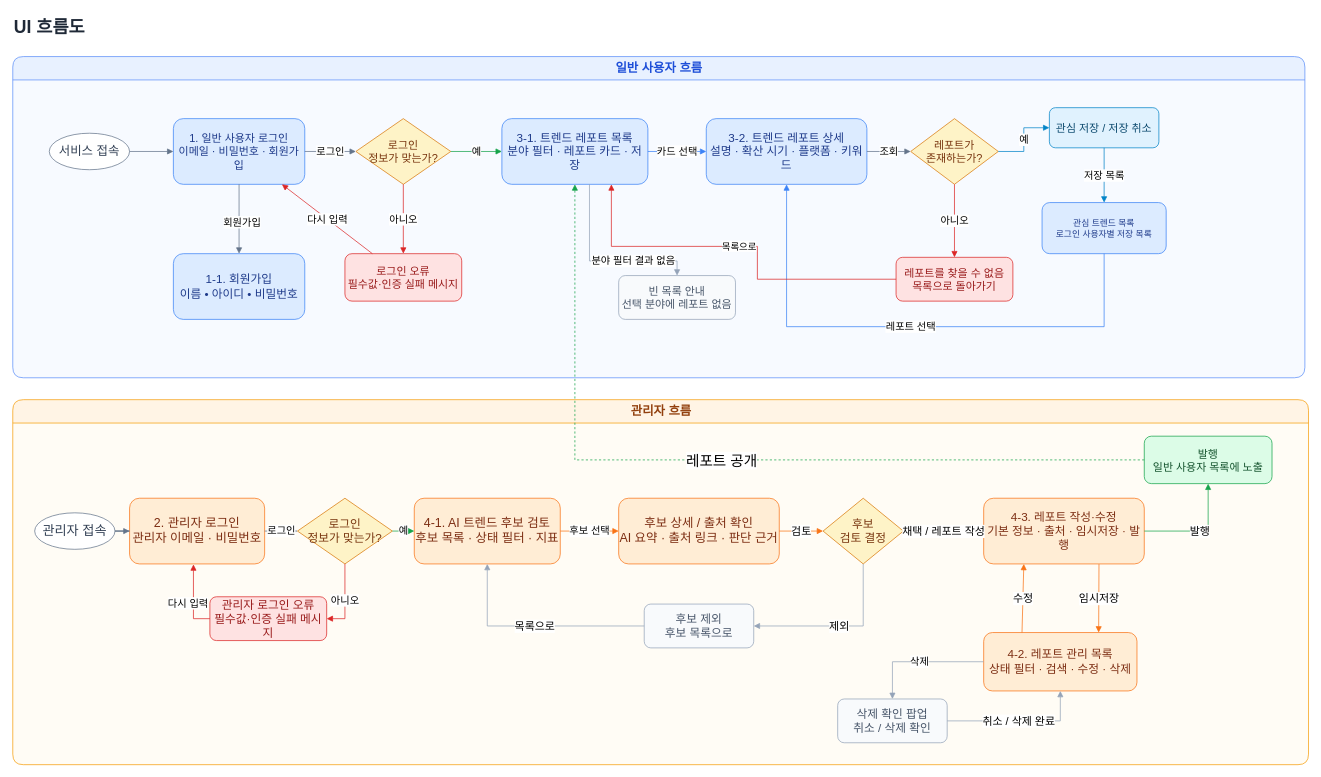
Smorgg/skala-web-service-mini keeps this draw.io diagram as page "페이지-2" (2 of 2) of docs/output/diagrams/jeonhacheoreom-ui-flow.drawio. Above is the earlier version. Source tidied: cells renumbered, new cells numbered last; positions are measured from the earlier drawing's top-left corner, leaving out a move shared by most shapes. Both pictures are drawn from the tidied source at 73%, with x=0, y=0 at pixel (12, 12).
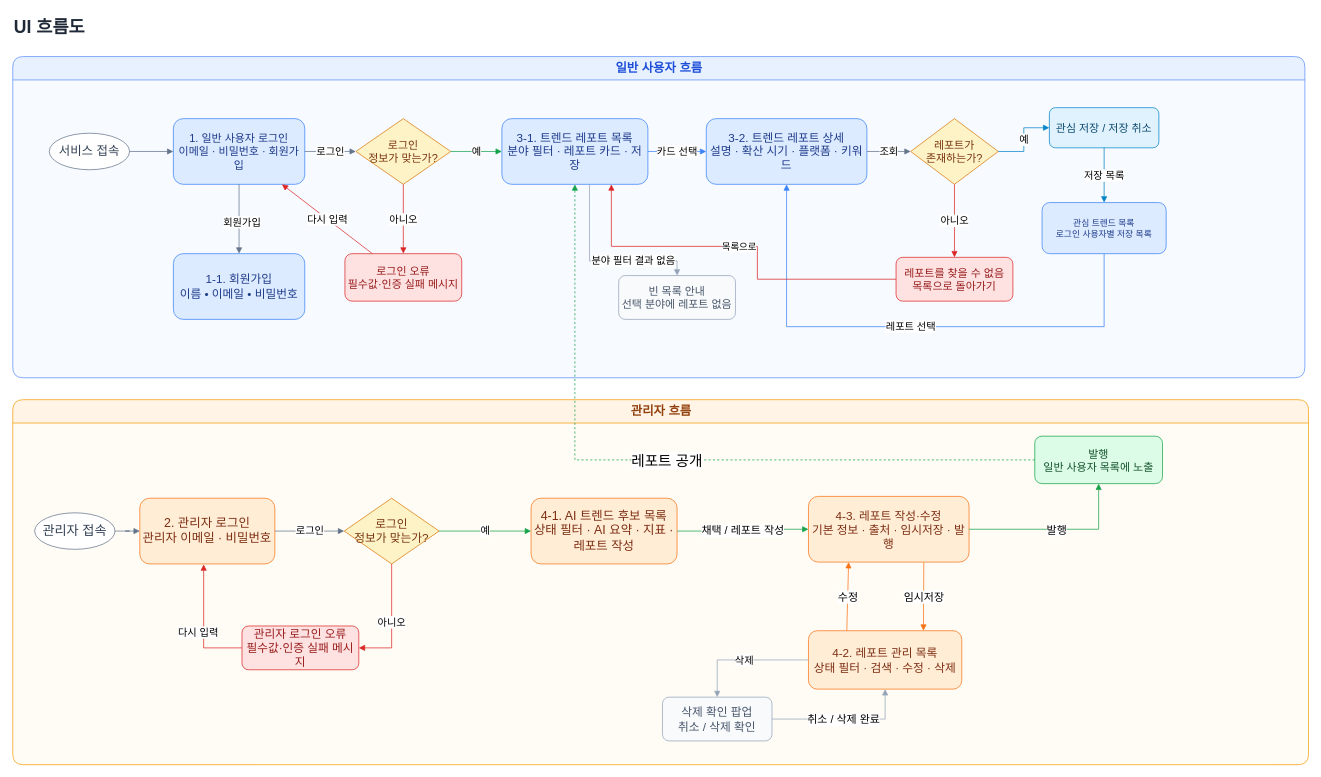
The same page after the edit.

Unchanged cells that the change refers to:
```xml
<mxCell id="3" value="일반 사용자 흐름" style="swimlane;html=1;startSize=32;horizontal=1;fontStyle=1;fontSize=17;fillColor=#E8F1FF;swimlaneFillColor=#F7FAFF;strokeColor=#5B8FF9;fontColor=#1D4ED8;rounded=1;" parent="1" vertex="1">
  <mxGeometry y="60" width="1770" height="440" as="geometry" />
</mxCell>
<mxCell id="7" value="관리자 흐름" style="swimlane;html=1;startSize=32;horizontal=1;fontStyle=1;fontSize=17;fillColor=#FFF4E5;swimlaneFillColor=#FFFCF5;strokeColor=#F59E0B;fontColor=#92400E;rounded=1;" parent="1" vertex="1">
  <mxGeometry y="530" width="1775" height="500" as="geometry" />
</mxCell>
```

The edit, as a diff of the source:
```diff
@@
-    <mxCell id="4" value="1-1. 회원가입&lt;div&gt;이름 • 아이디 • 비밀번호&lt;/div&gt;" style="rounded=1;html=1;whiteSpace=wrap;fillColor=#DCEBFF;strokeColor=#3B82F6;fontColor=#1E3A8A;fontSize=16;" parent="3" vertex="1">
+    <mxCell id="4" value="1-1. 회원가입&lt;div&gt;이름 • 이메일 • 비밀번호&lt;/div&gt;" style="rounded=1;html=1;whiteSpace=wrap;fillColor=#DCEBFF;strokeColor=#3B82F6;fontColor=#1E3A8A;fontSize=16;" parent="3" vertex="1">
       <mxGeometry x="220" y="270" width="180" height="90" as="geometry" />
     </mxCell>
@@
     <mxCell id="8" value="발행&#10;일반 사용자 목록에 노출" style="rounded=1;html=1;whiteSpace=wrap;fillColor=#DCFCE7;strokeColor=#16A34A;fontColor=#14532D;fontSize=15;" parent="7" vertex="1">
-      <mxGeometry x="1550" y="50" width="175" height="65" as="geometry" />
+      <mxGeometry x="1400" y="50" width="175" height="65" as="geometry" />
     </mxCell>
@@
     <mxCell id="10" value="2. 관리자 로그인&#10;관리자 이메일 · 비밀번호" style="rounded=1;html=1;whiteSpace=wrap;fillColor=#FFEDD5;strokeColor=#F97316;fontColor=#7C2D12;fontSize=17;" parent="7" vertex="1">
-      <mxGeometry x="160" y="135" width="185" height="90" as="geometry" />
+      <mxGeometry x="174" y="135" width="185" height="90" as="geometry" />
     </mxCell>
@@
     <mxCell id="12" value="관리자 로그인 오류&#10;필수값·인증 실패 메시지" style="rounded=1;html=1;whiteSpace=wrap;fillColor=#FEE2E2;strokeColor=#DC2626;fontColor=#991B1B;fontSize=16;" parent="7" vertex="1">
-      <mxGeometry x="270" y="270" width="160" height="60" as="geometry" />
+      <mxGeometry x="314" y="310" width="160" height="60" as="geometry" />
     </mxCell>
@@
     <mxCell id="14" value="로그인&#10;정보가 맞는가?" style="rhombus;html=1;whiteSpace=wrap;fillColor=#FEF3C7;strokeColor=#D97706;fontColor=#78350F;fontSize=16;" parent="7" vertex="1">
-      <mxGeometry x="390" y="135" width="130" height="90" as="geometry" />
+      <mxGeometry x="454" y="135" width="130" height="90" as="geometry" />
     </mxCell>
@@
-    <mxCell id="17" value="4-1. AI 트렌드 후보 검토&#10;후보 목록 · 상태 필터 · 지표" style="rounded=1;html=1;whiteSpace=wrap;fillColor=#FFEDD5;strokeColor=#F97316;fontColor=#7C2D12;fontSize=17;" parent="7" vertex="1">
-      <mxGeometry x="550" y="135" width="200" height="90" as="geometry" />
+    <mxCell id="17" value="4-1. AI 트렌드 후보 목록&#10;상태 필터 · AI 요약 · 지표 · 레포트 작성" style="rounded=1;html=1;whiteSpace=wrap;fillColor=#FFEDD5;strokeColor=#F97316;fontColor=#7C2D12;fontSize=17;" parent="7" vertex="1">
+      <mxGeometry x="710" y="135" width="200" height="90" as="geometry" />
     </mxCell>
@@
     <mxCell id="19" value="삭제 확인 팝업&#10;취소 / 삭제 확인" style="rounded=1;html=1;whiteSpace=wrap;fillColor=#F8FAFC;strokeColor=#94A3B8;fontColor=#475569;fontSize=16;" parent="7" vertex="1">
-      <mxGeometry x="1130" y="410" width="150" height="60" as="geometry" />
+      <mxGeometry x="890" y="407.5" width="150" height="60" as="geometry" />
     </mxCell>
-    <mxCell id="20" value="후보 제외&#10;후보 목록으로" style="rounded=1;html=1;whiteSpace=wrap;fillColor=#F8FAFC;strokeColor=#94A3B8;fontColor=#475569;fontSize=16;" parent="7" vertex="1">
-      <mxGeometry x="865" y="280" width="150" height="60" as="geometry" />
-    </mxCell>
-    <mxCell id="21" value="목록으로" style="edgeStyle=orthogonalEdgeStyle;rounded=0;jettySize=auto;html=1;endArrow=block;endFill=1;strokeColor=#94A3B8;fontSize=15;" parent="7" edge="1" source="20" target="17">
-      <mxGeometry relative="1" as="geometry" />
-    </mxCell>
     <mxCell id="22" value="4-2. 레포트 관리 목록&#10;상태 필터 · 검색 · 수정 · 삭제" style="rounded=1;html=1;whiteSpace=wrap;fillColor=#FFEDD5;strokeColor=#F97316;fontColor=#7C2D12;fontSize=16;" parent="7" vertex="1">
-      <mxGeometry x="1330" y="319" width="210" height="80" as="geometry" />
+      <mxGeometry x="1090" y="316.5" width="210" height="80" as="geometry" />
     </mxCell>
@@
-    <mxCell id="25" value="후보 상세 / 출처 확인&#10;AI 요약 · 출처 링크 · 판단 근거" style="rounded=1;html=1;whiteSpace=wrap;fillColor=#FFEDD5;strokeColor=#F97316;fontColor=#7C2D12;fontSize=17;" parent="7" vertex="1">
-      <mxGeometry x="830" y="135" width="220" height="90" as="geometry" />
-    </mxCell>
+    <mxCell id="30" value="4-3. 레포트 작성·수정&#10;기본 정보 · 출처 · 임시저장 · 발행" style="rounded=1;html=1;whiteSpace=wrap;fillColor=#FFEDD5;strokeColor=#F97316;fontColor=#7C2D12;fontSize=16;" parent="7" vertex="1">
+      <mxGeometry x="1090" y="132.5" width="220" height="90" as="geometry" />
+    </mxCell>
-    <mxCell id="26" value="후보 선택" style="edgeStyle=orthogonalEdgeStyle;rounded=0;jettySize=auto;html=1;endArrow=block;endFill=1;strokeColor=#F97316;fontSize=14;" parent="7" edge="1" source="17" target="25">
+    <mxCell id="26" value="채택 / 레포트 작성" style="edgeStyle=orthogonalEdgeStyle;rounded=0;jettySize=auto;html=1;endArrow=block;endFill=1;strokeColor=#16A34A;fontSize=15;" parent="7" edge="1" source="17" target="30">
       <mxGeometry relative="1" as="geometry" />
     </mxCell>
-    <mxCell id="27" value="후보&#10;검토 결정" style="rhombus;html=1;whiteSpace=wrap;fillColor=#FEF3C7;strokeColor=#D97706;fontColor=#78350F;fontSize=16;" parent="7" vertex="1">
-      <mxGeometry x="1110" y="135" width="110" height="90" as="geometry" />
-    </mxCell>
-    <mxCell id="28" value="검토" style="edgeStyle=orthogonalEdgeStyle;rounded=0;jettySize=auto;html=1;endArrow=block;endFill=1;strokeColor=#F97316;fontSize=15;" parent="7" edge="1" source="25" target="27">
-      <mxGeometry relative="1" as="geometry" />
-    </mxCell>
-    <mxCell id="29" value="제외" style="edgeStyle=orthogonalEdgeStyle;rounded=0;jettySize=auto;html=1;endArrow=block;endFill=1;strokeColor=#94A3B8;entryX=1;entryY=0.5;entryDx=0;entryDy=0;exitX=0.5;exitY=1;exitDx=0;exitDy=0;fontSize=15;" parent="7" edge="1" source="27" target="20">
-      <mxGeometry relative="1" as="geometry" />
-    </mxCell>
-    <mxCell id="30" value="4-3. 레포트 작성·수정&#10;기본 정보 · 출처 · 임시저장 · 발행" style="rounded=1;html=1;whiteSpace=wrap;fillColor=#FFEDD5;strokeColor=#F97316;fontColor=#7C2D12;fontSize=16;" parent="7" vertex="1">
-      <mxGeometry x="1330" y="135" width="220" height="90" as="geometry" />
-    </mxCell>
-    <mxCell id="31" value="채택 / 레포트 작성" style="edgeStyle=orthogonalEdgeStyle;rounded=0;jettySize=auto;html=1;endArrow=block;endFill=1;strokeColor=#16A34A;fontSize=15;" parent="7" edge="1" source="27" target="30">
-      <mxGeometry relative="1" as="geometry" />
-    </mxCell>
```
